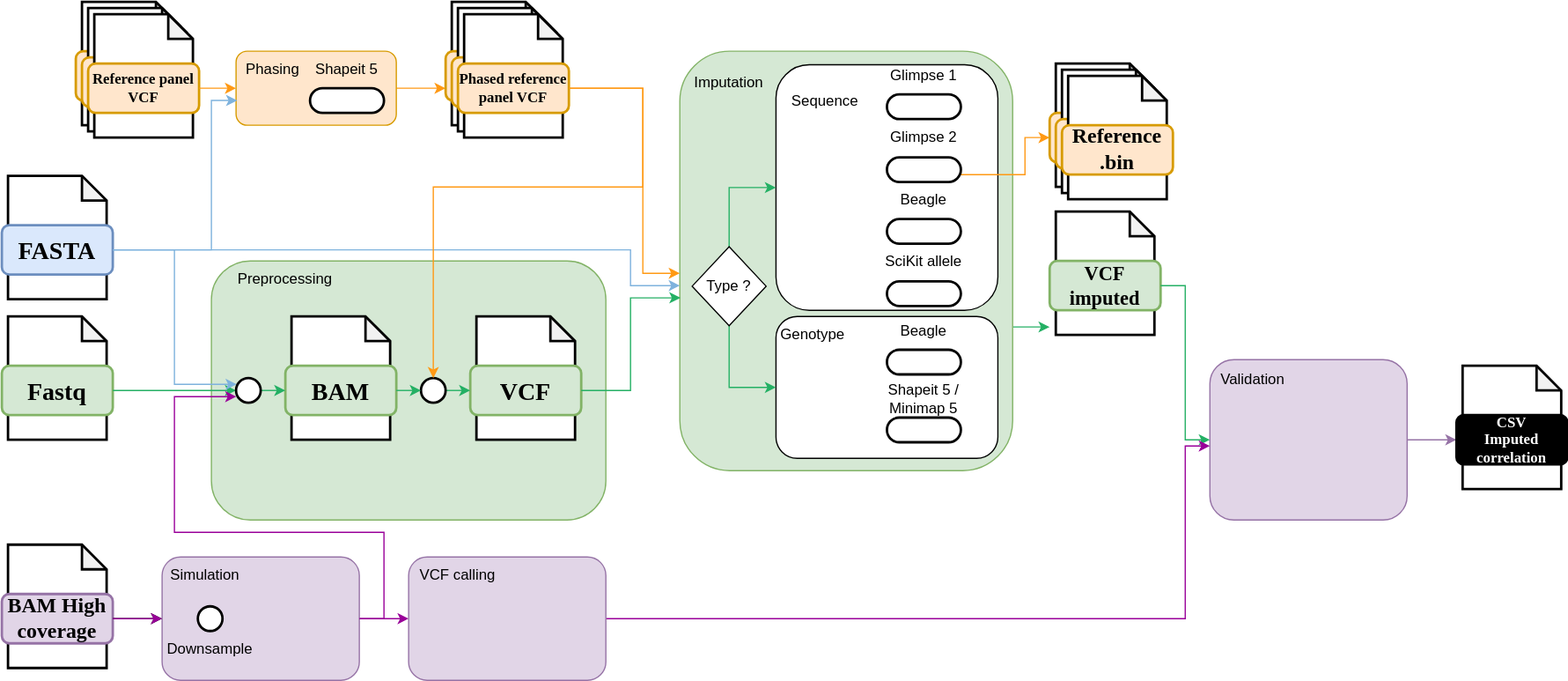
Before: docs/metro_map.drawio.svg, a diagram exported from draw.io (nf-core/phaseimpute). Source tidied: cells renumbered, new cells last; positions are measured from the earlier drawing's top-left corner, leaving out a move shared by most shapes.
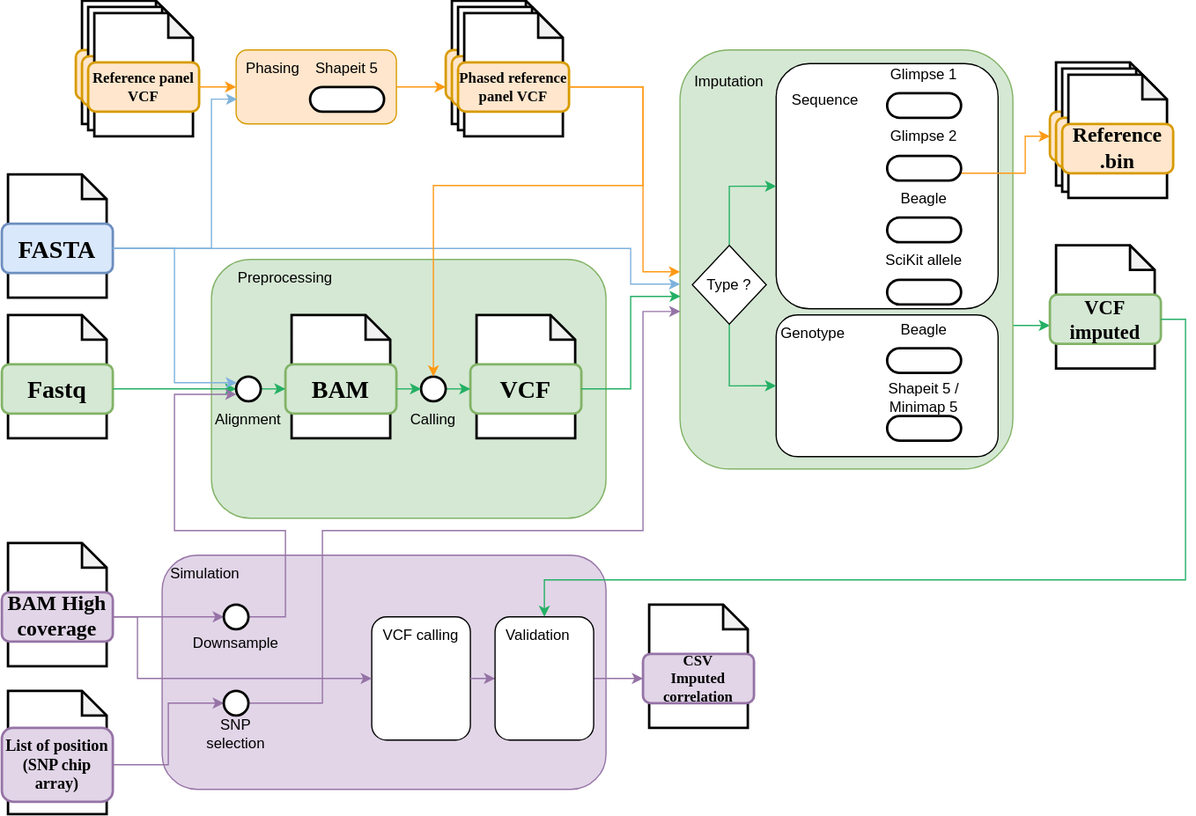
After the commit.

Change to the diagram source:
```diff
@@ -2,11 +2,8 @@
   <root>
     <mxCell id="0" />
     <mxCell id="1" parent="0" />
-    <mxCell id="2" style="edgeStyle=orthogonalEdgeStyle;rounded=0;jettySize=auto;html=1;exitX=1;exitY=0.5;exitDx=0;exitDy=0;entryX=0;entryY=0.5;entryDx=0;entryDy=0;strokeColor=#990099;" parent="1" edge="1" source="3" target="92">
-      <mxGeometry relative="1" as="geometry" />
-    </mxCell>
     <mxCell id="3" style="rounded=1;whiteSpace=wrap;html=1;fillColor=#e1d5e7;strokeColor=#9673a6;" parent="1" vertex="1">
-      <mxGeometry x="130" y="450" width="160" height="100" as="geometry" />
+      <mxGeometry x="130" y="450" width="360" height="190" as="geometry" />
     </mxCell>
     <mxCell id="4" style="rounded=1;whiteSpace=wrap;html=1;fillColor=#d5e8d4;strokeColor=#82b366;" parent="1" vertex="1">
       <mxGeometry x="170" y="210" width="320" height="210" as="geometry" />
@@ -156,11 +153,8 @@
     <mxCell id="48" style="edgeStyle=orthogonalEdgeStyle;rounded=0;jettySize=auto;html=1;exitX=1;exitY=0.5;exitDx=0;exitDy=0;entryX=0;entryY=0.5;entryDx=0;entryDy=0;fillColor=#e1d5e7;strokeColor=#9673a6;" parent="1" edge="1" source="49" target="101">
       <mxGeometry relative="1" as="geometry" />
     </mxCell>
-    <mxCell id="49" style="rounded=1;whiteSpace=wrap;html=1;fillColor=#e1d5e7;strokeColor=#9673a6;" parent="1" vertex="1">
-      <mxGeometry x="980" y="290" width="160" height="130" as="geometry" />
-    </mxCell>
     <mxCell id="50" style="group;" parent="1" vertex="1">
-      <mxGeometry x="850" y="170" width="90" height="100" as="geometry" />
+      <mxGeometry x="850" y="198.5" width="90" height="100" as="geometry" />
     </mxCell>
     <mxCell id="51" style="shape=note;whiteSpace=wrap;html=1;backgroundOutline=1;darkOpacity=0.05;rounded=1;size=20;strokeWidth=2;" parent="50" vertex="1">
       <mxGeometry x="5" width="80" height="100" as="geometry" />
@@ -189,14 +183,14 @@
     <mxCell id="59" value="&lt;font style=&quot;font-size: 17px;&quot; face=&quot;Maven Pro&quot;&gt;&lt;b&gt;Reference .bin&lt;/b&gt;&lt;/font&gt;&lt;font style=&quot;font-size: 17px;&quot; face=&quot;Maven Pro&quot;&gt;&lt;b&gt;&lt;br&gt;&lt;/b&gt;&lt;/font&gt;" style="rounded=1;whiteSpace=wrap;html=1;strokeWidth=2;fillColor=#ffe6cc;strokeColor=#d79b00;" parent="53" vertex="1">
       <mxGeometry x="10" y="50" width="90" height="40" as="geometry" />
     </mxCell>
-    <mxCell id="60" value="Validation" style="text;html=1;strokeColor=none;fillColor=none;align=center;verticalAlign=middle;whiteSpace=wrap;rounded=0;" parent="1" vertex="1">
-      <mxGeometry x="980" y="291" width="70" height="30" as="geometry" />
-    </mxCell>
-    <mxCell id="61" style="edgeStyle=orthogonalEdgeStyle;rounded=0;jettySize=auto;html=1;exitX=1;exitY=0.5;exitDx=0;exitDy=0;entryX=0;entryY=0.5;entryDx=0;entryDy=0;" parent="1" edge="1" source="41" target="3">
-      <mxGeometry relative="1" as="geometry" />
-    </mxCell>
-    <mxCell id="62" style="edgeStyle=orthogonalEdgeStyle;rounded=0;jettySize=auto;html=1;exitX=1;exitY=0.5;exitDx=0;exitDy=0;entryX=0;entryY=0.5;entryDx=0;entryDy=0;strokeColor=#24B064;" parent="1" edge="1" source="52" target="49">
-      <mxGeometry relative="1" as="geometry" />
+    <mxCell id="62" style="edgeStyle=orthogonalEdgeStyle;rounded=0;jettySize=auto;html=1;exitX=1;exitY=0.5;exitDx=0;exitDy=0;entryX=0.5;entryY=0;entryDx=0;entryDy=0;strokeColor=#24B064;" parent="1" edge="1" source="52" target="49">
+      <mxGeometry relative="1" as="geometry">
+        <Array as="points">
+          <mxPoint x="960" y="259" />
+          <mxPoint x="960" y="470" />
+          <mxPoint x="440" y="470" />
+        </Array>
+      </mxGeometry>
     </mxCell>
     <mxCell id="63" style="group;" parent="1" vertex="1">
       <mxGeometry x="360" width="100" height="110" as="geometry" />
@@ -304,35 +298,24 @@
         </Array>
       </mxGeometry>
     </mxCell>
-    <mxCell id="89" style="edgeStyle=orthogonalEdgeStyle;rounded=0;jettySize=auto;html=1;exitX=1;exitY=0.5;exitDx=0;exitDy=0;entryX=0;entryY=0.5;entryDx=0;entryDy=0;strokeColor=#990099;" parent="1" edge="1" source="41" target="3">
+    <mxCell id="89" style="edgeStyle=orthogonalEdgeStyle;rounded=0;jettySize=auto;html=1;exitX=1;exitY=0.5;exitDx=0;exitDy=0;entryX=0;entryY=0.5;entryDx=0;entryDy=0;strokeColor=#9673a6;fillColor=#e1d5e7;" parent="1" edge="1" source="41" target="97">
       <mxGeometry relative="1" as="geometry" />
     </mxCell>
-    <mxCell id="90" style="edgeStyle=orthogonalEdgeStyle;rounded=0;jettySize=auto;html=1;exitX=1;exitY=0.5;exitDx=0;exitDy=0;entryX=0.012;entryY=0.72;entryDx=0;entryDy=0;strokeColor=#990099;entryPerimeter=0;" parent="1" edge="1" source="3" target="81">
+    <mxCell id="90" style="edgeStyle=orthogonalEdgeStyle;rounded=0;jettySize=auto;html=1;entryX=0.012;entryY=0.72;entryDx=0;entryDy=0;strokeColor=#9673a6;entryPerimeter=0;fillColor=#e1d5e7;exitX=1;exitY=0.5;exitDx=0;exitDy=0;" parent="1" edge="1" source="97" target="81">
       <mxGeometry relative="1" as="geometry">
         <Array as="points">
-          <mxPoint x="310" y="500" />
-          <mxPoint x="310" y="430" />
+          <mxPoint x="230" y="500" />
+          <mxPoint x="230" y="430" />
           <mxPoint x="140" y="430" />
-          <mxPoint x="140" y="320" />
-          <mxPoint x="190" y="320" />
+          <mxPoint x="140" y="319" />
         </Array>
       </mxGeometry>
     </mxCell>
-    <mxCell id="91" style="edgeStyle=orthogonalEdgeStyle;rounded=0;jettySize=auto;html=1;exitX=1;exitY=0.5;exitDx=0;exitDy=0;strokeColor=#990099;" parent="1" edge="1" source="92">
-      <mxGeometry relative="1" as="geometry">
-        <mxPoint x="980" y="360" as="targetPoint" />
-        <Array as="points">
-          <mxPoint x="960" y="500" />
-          <mxPoint x="960" y="360" />
-          <mxPoint x="980" y="360" />
-        </Array>
-      </mxGeometry>
-    </mxCell>
-    <mxCell id="92" style="rounded=1;whiteSpace=wrap;html=1;fillColor=#e1d5e7;strokeColor=#9673a6;" parent="1" vertex="1">
-      <mxGeometry x="330" y="450" width="160" height="100" as="geometry" />
+    <mxCell id="92" style="rounded=1;whiteSpace=wrap;html=1;" parent="1" vertex="1">
+      <mxGeometry x="300" y="500" width="80" height="100" as="geometry" />
     </mxCell>
     <mxCell id="93" value="VCF calling" style="text;html=1;strokeColor=none;fillColor=none;align=center;verticalAlign=middle;whiteSpace=wrap;rounded=0;" parent="1" vertex="1">
-      <mxGeometry x="330" y="450" width="80" height="30" as="geometry" />
+      <mxGeometry x="300" y="500" width="80" height="30" as="geometry" />
     </mxCell>
     <mxCell id="94" style="edgeStyle=orthogonalEdgeStyle;rounded=0;jettySize=auto;html=1;exitX=1;exitY=0.5;exitDx=0;exitDy=0;entryX=0.002;entryY=0.588;entryDx=0;entryDy=0;strokeColor=#24B064;entryPerimeter=0;" parent="1" edge="1" source="84" target="6">
       <mxGeometry relative="1" as="geometry">
@@ -349,19 +332,70 @@
       <mxGeometry x="708" y="196" width="80" height="30" as="geometry" />
     </mxCell>
     <mxCell id="97" style="ellipse;whiteSpace=wrap;html=1;rounded=1;rotation=0;strokeWidth=2;" parent="1" vertex="1">
-      <mxGeometry x="159" y="490" width="20" height="20" as="geometry" />
+      <mxGeometry x="180" y="490" width="20" height="20" as="geometry" />
     </mxCell>
     <mxCell id="98" value="Downsample" style="text;html=1;strokeColor=none;fillColor=none;align=center;verticalAlign=middle;whiteSpace=wrap;rounded=0;" parent="1" vertex="1">
-      <mxGeometry x="139" y="510" width="60" height="30" as="geometry" />
+      <mxGeometry x="160" y="507" width="60" height="30" as="geometry" />
     </mxCell>
     <mxCell id="99" style="group;" parent="1" vertex="1">
-      <mxGeometry x="1180" y="295" width="90" height="100" as="geometry" />
+      <mxGeometry x="520" y="490" width="90" height="100" as="geometry" />
     </mxCell>
     <mxCell id="100" style="shape=note;whiteSpace=wrap;html=1;backgroundOutline=1;darkOpacity=0.05;rounded=1;size=20;strokeWidth=2;" parent="99" vertex="1">
       <mxGeometry x="5" width="80" height="100" as="geometry" />
     </mxCell>
-    <mxCell id="101" value="&lt;font face=&quot;Maven Pro&quot; color=&quot;#ffffff&quot;&gt;&lt;b&gt;CSV&lt;br&gt;Imputed correlation&lt;br&gt;&lt;/b&gt;&lt;/font&gt;" style="rounded=1;whiteSpace=wrap;html=1;strokeWidth=2;fillColor=#000000;" parent="99" vertex="1">
+    <mxCell id="101" value="&lt;font face=&quot;Maven Pro&quot;&gt;&lt;b&gt;CSV&lt;br&gt;Imputed correlation&lt;br&gt;&lt;/b&gt;&lt;/font&gt;" style="rounded=1;whiteSpace=wrap;html=1;strokeWidth=2;fillColor=#e1d5e7;strokeColor=#9673a6;" parent="99" vertex="1">
       <mxGeometry y="40" width="90" height="40" as="geometry" />
     </mxCell>
+    <mxCell id="102" style="group;" parent="1" vertex="1">
+      <mxGeometry y="560" width="90" height="100" as="geometry" />
+    </mxCell>
+    <mxCell id="103" style="shape=note;whiteSpace=wrap;html=1;backgroundOutline=1;darkOpacity=0.05;rounded=1;size=20;strokeWidth=2;" parent="102" vertex="1">
+      <mxGeometry x="5" width="80" height="100" as="geometry" />
+    </mxCell>
+    <mxCell id="104" value="&lt;font style=&quot;font-size: 13px;&quot; face=&quot;Maven Pro&quot;&gt;&lt;b&gt;List of position (SNP chip array)&lt;/b&gt;&lt;/font&gt;&lt;font style=&quot;font-size: 13px;&quot; face=&quot;Maven Pro&quot;&gt;&lt;b&gt;&lt;br&gt;&lt;/b&gt;&lt;/font&gt;" style="rounded=1;whiteSpace=wrap;html=1;strokeWidth=2;fillColor=#e1d5e7;strokeColor=#9673a6;" parent="102" vertex="1">
+      <mxGeometry y="30" width="90" height="60" as="geometry" />
+    </mxCell>
+    <mxCell id="105" style="edgeStyle=orthogonalEdgeStyle;rounded=0;jettySize=auto;html=1;exitX=1;exitY=0.5;exitDx=0;exitDy=0;entryX=0;entryY=0.5;entryDx=0;entryDy=0;fillColor=#e1d5e7;strokeColor=#9673a6;" parent="1" edge="1" source="104" target="107">
+      <mxGeometry relative="1" as="geometry" />
+    </mxCell>
+    <mxCell id="106" style="edgeStyle=orthogonalEdgeStyle;rounded=0;jettySize=auto;html=1;exitX=1;exitY=0.5;exitDx=0;exitDy=0;entryX=0.001;entryY=0.624;entryDx=0;entryDy=0;entryPerimeter=0;fillColor=#e1d5e7;strokeColor=#9673a6;" parent="1" edge="1" source="107" target="6">
+      <mxGeometry relative="1" as="geometry">
+        <Array as="points">
+          <mxPoint x="260" y="570" />
+          <mxPoint x="260" y="430" />
+          <mxPoint x="520" y="430" />
+          <mxPoint x="520" y="252" />
+        </Array>
+      </mxGeometry>
+    </mxCell>
+    <mxCell id="107" style="ellipse;whiteSpace=wrap;html=1;rounded=1;rotation=0;strokeWidth=2;" parent="1" vertex="1">
+      <mxGeometry x="180" y="560" width="20" height="20" as="geometry" />
+    </mxCell>
+    <mxCell id="108" value="SNP selection" style="text;html=1;strokeColor=none;fillColor=none;align=center;verticalAlign=middle;whiteSpace=wrap;rounded=0;" parent="1" vertex="1">
+      <mxGeometry x="160" y="580" width="60" height="30" as="geometry" />
+    </mxCell>
+    <mxCell id="109" style="edgeStyle=orthogonalEdgeStyle;rounded=0;jettySize=auto;html=1;exitX=1;exitY=0.5;exitDx=0;exitDy=0;entryX=0;entryY=0.5;entryDx=0;entryDy=0;fillColor=#e1d5e7;strokeColor=#9673a6;" parent="1" edge="1" source="41" target="92">
+      <mxGeometry relative="1" as="geometry">
+        <Array as="points">
+          <mxPoint x="110" y="500" />
+          <mxPoint x="110" y="550" />
+        </Array>
+      </mxGeometry>
+    </mxCell>
+    <mxCell id="110" style="edgeStyle=orthogonalEdgeStyle;rounded=0;jettySize=auto;html=1;exitX=1;exitY=0.5;exitDx=0;exitDy=0;strokeColor=#9673a6;fillColor=#e1d5e7;" parent="1" edge="1" source="92" target="49">
+      <mxGeometry relative="1" as="geometry" />
+    </mxCell>
+    <mxCell id="49" style="rounded=1;whiteSpace=wrap;html=1;" parent="1" vertex="1">
+      <mxGeometry x="400" y="500" width="80" height="100" as="geometry" />
+    </mxCell>
+    <mxCell id="60" value="Validation" style="text;html=1;strokeColor=none;fillColor=none;align=center;verticalAlign=middle;whiteSpace=wrap;rounded=0;" parent="1" vertex="1">
+      <mxGeometry x="400" y="500" width="70" height="30" as="geometry" />
+    </mxCell>
+    <mxCell id="111" value="Alignment" style="text;html=1;strokeColor=none;fillColor=none;align=center;verticalAlign=middle;whiteSpace=wrap;rounded=0;" parent="1" vertex="1">
+      <mxGeometry x="170" y="325" width="60" height="30" as="geometry" />
+    </mxCell>
+    <mxCell id="112" value="Calling" style="text;html=1;strokeColor=none;fillColor=none;align=center;verticalAlign=middle;whiteSpace=wrap;rounded=0;" parent="1" vertex="1">
+      <mxGeometry x="320" y="325" width="60" height="30" as="geometry" />
+    </mxCell>
   </root>
 </mxGraphModel>
```
